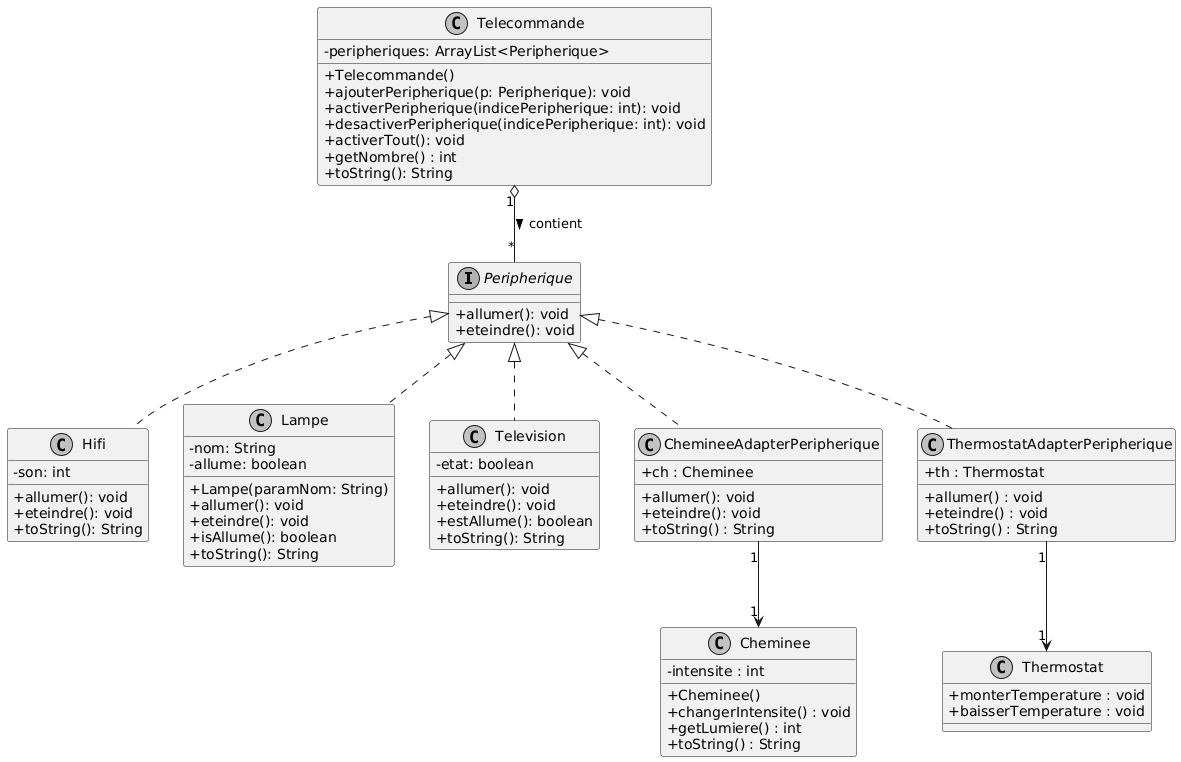
Earlier version of the PlantUML export TP3/TD06/img/umlQ7.png (joshu0111/2026_coo_domotique_ruelramos).
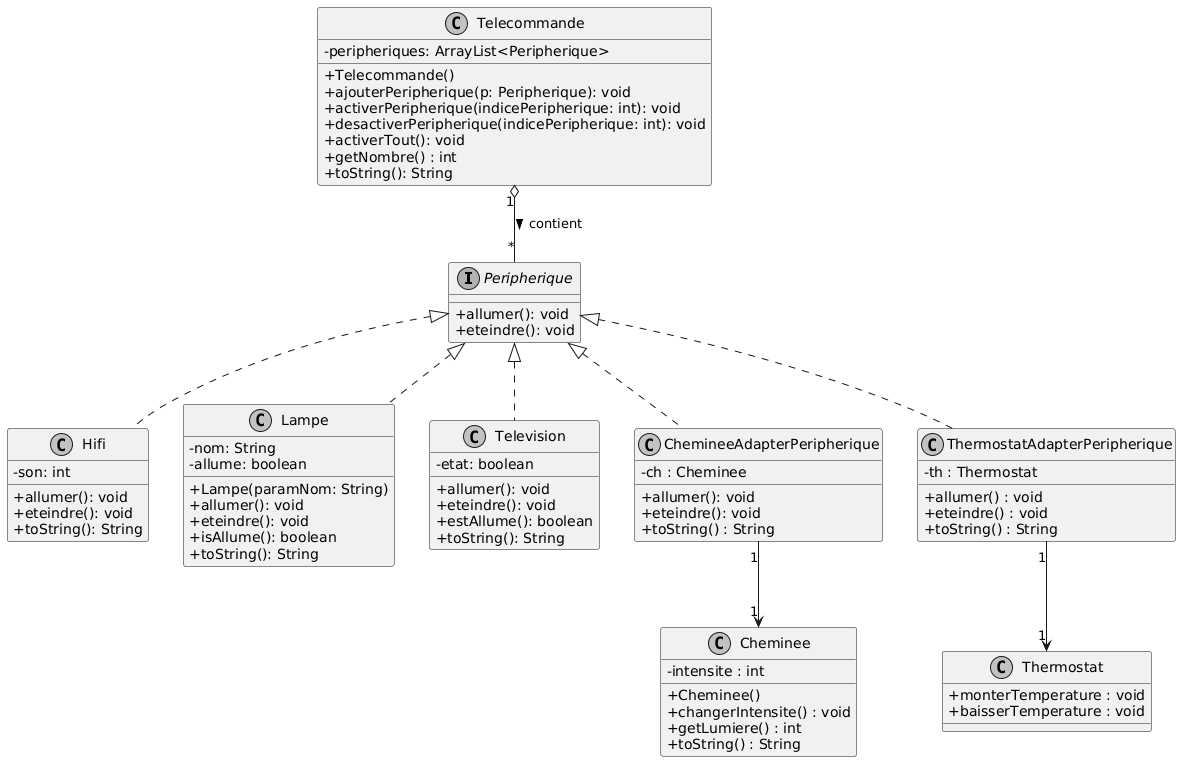
The same file after the commit.

Commit message:
Creation du fichier ThermostatAdapterPeripherique.java et modifcation de diagramme uml

Diff of the diagram source:
```diff
@@ -53,14 +53,14 @@
 }
 
 class ChemineeAdapterPeripherique{
-    + ch : Cheminee
+    - ch : Cheminee
     + allumer(): void
     + eteindre(): void
     + toString() : String
 }
 
 class ThermostatAdapterPeripherique{
-    + th : Thermostat
+    - th : Thermostat
     + allumer() : void
     + eteindre() : void
     + toString() : String
```
